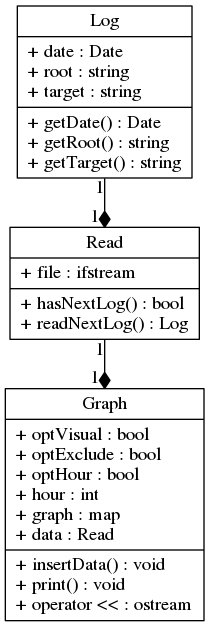
Above: doc/uml.png in BuonOmo/Analogs (Graphviz), before the change. Its source is kept beside it as doc/uml.dot.
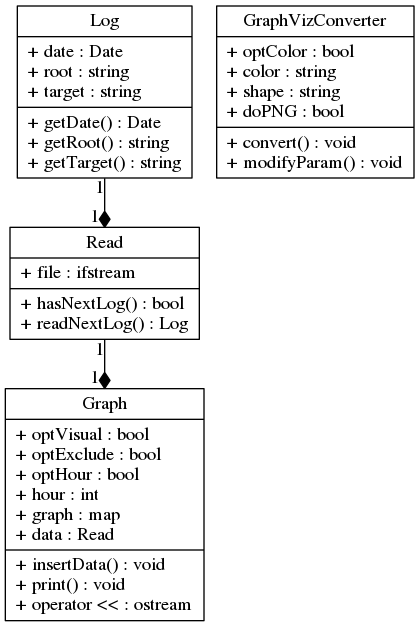
After the change.

Commit message:
Ajout de GraphVizConverter dans l’UML (à completer et relier)

Change to the diagram source:
```diff
@@ -52,6 +52,23 @@
 		shape=record
 	]
 
+	GraphVizConverter
+	[
+		label =
+			"{
+				GraphVizConverter
+			|
+				+ optColor : bool \l
+				+ color    : string\l
+				+ shape    : string\l
+				+ doPNG    : bool\l
+			|
+				+ convert()     : void\l
+				+ modifyParam() : void\l
+			}",
+		shape=record
+	]
+
 	Log -> Read
 	[
 		arrowhead=diamond,
```
